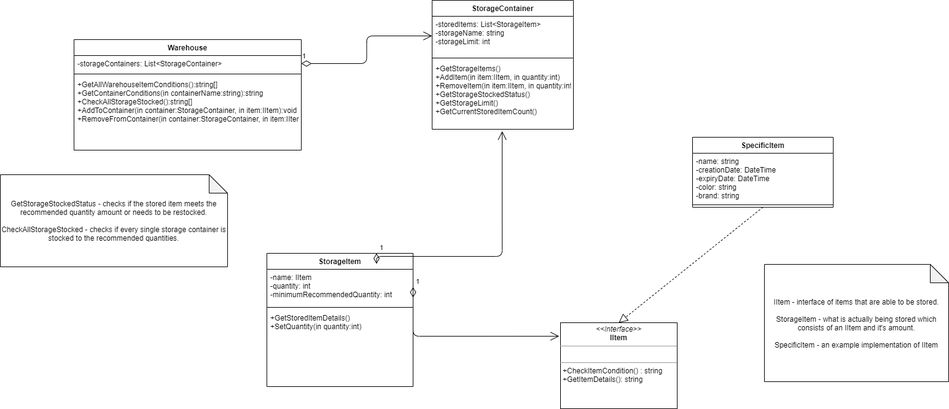
Before: warehouse.png, a diagram exported from draw.io (igor2080/warehouse). Source tidied: cells renumbered, new cells last; positions are measured from the earlier drawing's top-left corner, leaving out a move shared by most shapes.
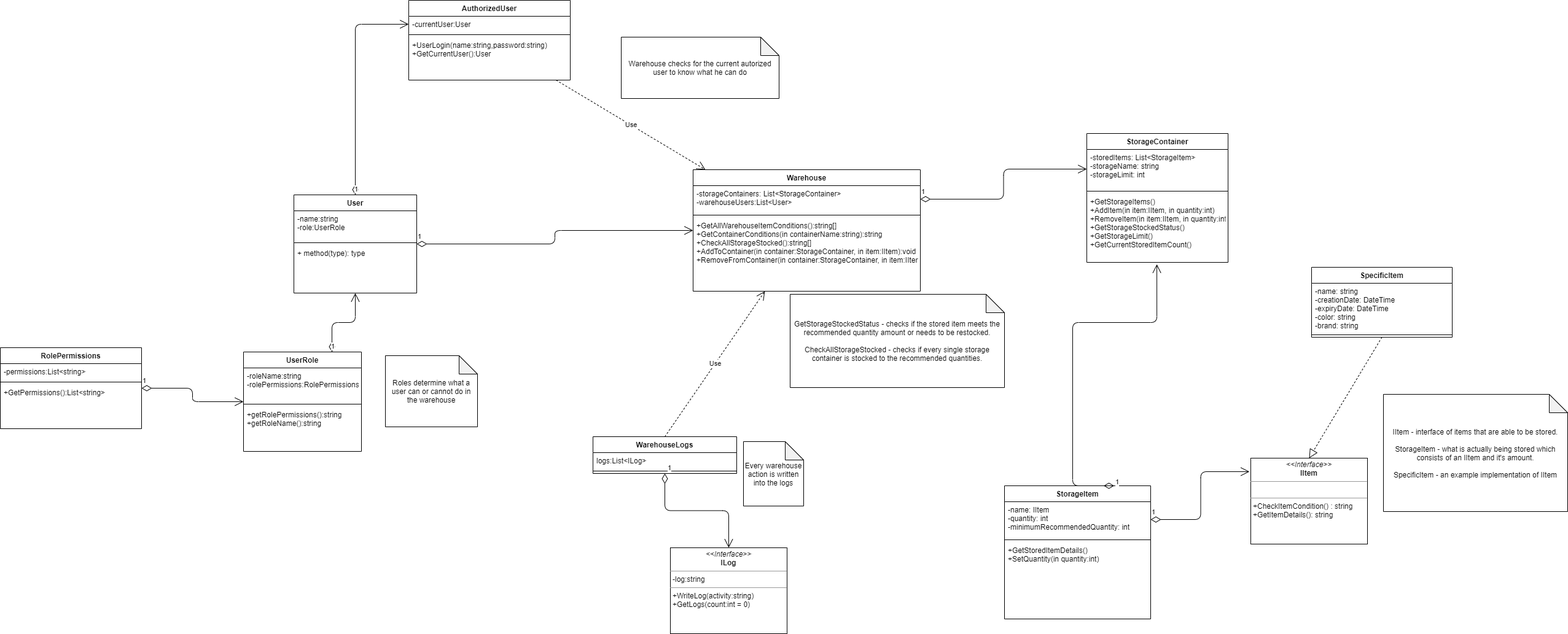
The same diagram one commit later.

Change to the diagram source:
```diff
@@ -3,22 +3,22 @@
     <mxCell id="0" />
     <mxCell id="1" parent="0" />
     <mxCell id="2" value="Warehouse" style="swimlane;fontStyle=1;align=center;verticalAlign=top;horizontal=1;startSize=26;fillColor=none;" parent="1" vertex="1">
-      <mxGeometry x="120" y="64" width="370" height="180" as="geometry" />
+      <mxGeometry x="120" y="64" width="370" height="198" as="geometry" />
     </mxCell>
-    <mxCell id="3" value="-storageContainers: List&lt;StorageContainer&gt;" style="text;strokeColor=none;fillColor=none;align=left;verticalAlign=top;spacingLeft=4;spacingRight=4;overflow=hidden;points=[[0,0.5],[1,0.5]];portConstraint=eastwest;" parent="2" vertex="1">
-      <mxGeometry y="26" width="370" height="26" as="geometry" />
+    <mxCell id="3" value="-storageContainers: List&lt;StorageContainer&gt;&#10;-warehouseUsers:List&lt;User&gt;" style="text;strokeColor=none;fillColor=none;align=left;verticalAlign=top;spacingLeft=4;spacingRight=4;overflow=hidden;points=[[0,0.5],[1,0.5]];portConstraint=eastwest;" parent="2" vertex="1">
+      <mxGeometry y="26" width="370" height="44" as="geometry" />
     </mxCell>
     <mxCell id="4" style="line;strokeWidth=1;fillColor=none;align=left;verticalAlign=middle;spacingTop=-1;spacingLeft=3;spacingRight=3;labelPosition=right;" parent="2" vertex="1">
-      <mxGeometry y="52" width="370" height="8" as="geometry" />
+      <mxGeometry y="70" width="370" height="8" as="geometry" />
     </mxCell>
     <mxCell id="5" value="+GetAllWarehouseItemConditions():string[]&#10;+GetContainerConditions(in containerName:string):string&#10;+CheckAllStorageStocked():string[]&#10;+AddToContainer(in container:StorageContainer, in item:IItem):void&#10;+RemoveFromContainer(in container:StorageContainer, in item:IItem, in quantity:int):void&#10;" style="text;strokeColor=none;fillColor=none;align=left;verticalAlign=top;spacingLeft=4;spacingRight=4;overflow=hidden;" parent="2" vertex="1">
-      <mxGeometry y="60" width="370" height="120" as="geometry" />
+      <mxGeometry y="78" width="370" height="120" as="geometry" />
     </mxCell>
     <mxCell id="6" value="&lt;div&gt;GetStorageStockedStatus - checks if the stored item meets the recommended quantity amount or needs to be restocked.&lt;/div&gt;&lt;div&gt;&lt;br&gt;&lt;/div&gt;&lt;div&gt;CheckAllStorageStocked - checks if every single storage container is stocked to the recommended quantities.&lt;/div&gt;" style="shape=note;whiteSpace=wrap;html=1;backgroundOutline=1;darkOpacity=0.05;fillColor=none;" parent="1" vertex="1">
-      <mxGeometry y="284" width="370" height="150" as="geometry" />
+      <mxGeometry x="278" y="267" width="349" height="152" as="geometry" />
     </mxCell>
     <mxCell id="7" value="StorageContainer&#10;" style="swimlane;fontStyle=1;align=center;verticalAlign=top;horizontal=1;startSize=26;fillColor=none;" parent="1" vertex="1">
-      <mxGeometry x="703" width="230" height="210" as="geometry" />
+      <mxGeometry x="761" y="5" width="230" height="210" as="geometry" />
     </mxCell>
     <mxCell id="8" value="-storedItems: List&lt;StorageItem&gt;&#10;-storageName: string&#10;-storageLimit: int&#10;" style="text;strokeColor=none;fillColor=none;align=left;verticalAlign=top;spacingLeft=4;spacingRight=4;overflow=hidden;points=[[0,0.5],[1,0.5]];portConstraint=eastwest;" parent="7" vertex="1">
       <mxGeometry y="26" width="230" height="64" as="geometry" />
@@ -33,7 +33,7 @@
       <mxGeometry x="-1" y="3" relative="1" as="geometry" />
     </mxCell>
     <mxCell id="12" value="StorageItem&#10;" style="swimlane;fontStyle=1;align=center;verticalAlign=top;horizontal=1;startSize=26;fillColor=none;" parent="1" vertex="1">
-      <mxGeometry x="434" y="412" width="238" height="217" as="geometry" />
+      <mxGeometry x="627" y="579" width="238" height="217" as="geometry" />
     </mxCell>
     <mxCell id="13" value="-name: IItem&#10;-quantity: int&#10;-minimumRecommendedQuantity: int&#10;" style="text;strokeColor=none;fillColor=none;align=left;verticalAlign=top;spacingLeft=4;spacingRight=4;overflow=hidden;points=[[0,0.5],[1,0.5]];portConstraint=eastwest;" parent="12" vertex="1">
       <mxGeometry y="26" width="238" height="58" as="geometry" />
@@ -47,19 +47,16 @@
     <mxCell id="16" value="1" style="endArrow=open;html=1;endSize=12;startArrow=diamondThin;startSize=14;startFill=0;edgeStyle=orthogonalEdgeStyle;align=left;verticalAlign=bottom;entryX=0.496;entryY=1.027;entryDx=0;entryDy=0;entryPerimeter=0;exitX=0.75;exitY=0;exitDx=0;exitDy=0;" parent="1" edge="1" source="12" target="10">
       <mxGeometry x="-1" y="3" relative="1" as="geometry">
         <Array as="points">
-          <mxPoint x="817" y="417" />
+          <mxPoint x="738" y="313" />
+          <mxPoint x="875" y="313" />
         </Array>
       </mxGeometry>
     </mxCell>
     <mxCell id="17" value="&lt;p style=&quot;margin: 0px ; margin-top: 4px ; text-align: center&quot;&gt;&lt;i&gt;&amp;lt;&amp;lt;Interface&amp;gt;&amp;gt;&lt;/i&gt;&lt;br&gt;&lt;b&gt;IItem&lt;/b&gt;&lt;/p&gt;&lt;hr size=&quot;1&quot;&gt;&lt;p style=&quot;margin: 0px ; margin-left: 4px&quot;&gt;&lt;br&gt;&lt;/p&gt;&lt;hr size=&quot;1&quot;&gt;&lt;p style=&quot;margin: 0px ; margin-left: 4px&quot;&gt;+CheckItemCondition() : string&lt;br&gt;+GetItemDetails(): string&lt;/p&gt;" style="verticalAlign=top;align=left;overflow=fill;fontSize=12;fontFamily=Helvetica;html=1;fillColor=none;" parent="1" vertex="1">
-      <mxGeometry x="912" y="525" width="190" height="140" as="geometry" />
+      <mxGeometry x="1028" y="534" width="190" height="140" as="geometry" />
     </mxCell>
     <mxCell id="18" value="1" style="endArrow=open;html=1;endSize=12;startArrow=diamondThin;startSize=14;startFill=0;edgeStyle=orthogonalEdgeStyle;align=left;verticalAlign=bottom;exitX=1;exitY=0.5;exitDx=0;exitDy=0;entryX=-0.011;entryY=0.157;entryDx=0;entryDy=0;entryPerimeter=0;" parent="1" edge="1" source="13" target="17">
-      <mxGeometry x="-1" y="3" relative="1" as="geometry">
-        <Array as="points">
-          <mxPoint x="672" y="547" />
-        </Array>
-      </mxGeometry>
+      <mxGeometry x="-1" y="3" relative="1" as="geometry" />
     </mxCell>
     <mxCell id="19" value="SpecificItem" style="swimlane;fontStyle=1;align=center;verticalAlign=top;horizontal=1;startSize=26;fillColor=none;" parent="1" vertex="1">
       <mxGeometry x="1127" y="223" width="229" height="114" as="geometry" />
@@ -76,5 +73,95 @@
     <mxCell id="23" value="&lt;div&gt;IItem - interface of items that are able to be stored.&lt;/div&gt;&lt;div&gt;&lt;br&gt;&lt;/div&gt;&lt;div&gt;StorageItem - what is actually being stored which consists of an IItem and it's amount.&lt;/div&gt;&lt;div&gt;&lt;br&gt;&lt;/div&gt;&lt;div&gt;SpecificItem - an example implementation of IItem&lt;/div&gt;" style="shape=note;whiteSpace=wrap;html=1;backgroundOutline=1;darkOpacity=0.05;fillColor=none;" parent="1" vertex="1">
       <mxGeometry x="1244" y="430" width="300" height="191" as="geometry" />
     </mxCell>
+    <mxCell id="24" value="User" style="swimlane;fontStyle=1;align=center;verticalAlign=top;horizontal=1;startSize=26;" parent="1" vertex="1">
+      <mxGeometry x="-530" y="105" width="200" height="160" as="geometry" />
+    </mxCell>
+    <mxCell id="25" value="-name:string&#10;-role:UserRole&#10;" style="text;strokeColor=none;fillColor=none;align=left;verticalAlign=top;spacingLeft=4;spacingRight=4;overflow=hidden;" parent="24" vertex="1">
+      <mxGeometry y="26" width="200" height="48" as="geometry" />
+    </mxCell>
+    <mxCell id="26" style="line;strokeWidth=1;fillColor=none;align=left;verticalAlign=middle;spacingTop=-1;spacingLeft=3;spacingRight=3;labelPosition=right;" parent="24" vertex="1">
+      <mxGeometry y="74" width="200" height="8" as="geometry" />
+    </mxCell>
+    <mxCell id="27" value="+ method(type): type" style="text;strokeColor=none;fillColor=none;align=left;verticalAlign=top;spacingLeft=4;spacingRight=4;overflow=hidden;" parent="24" vertex="1">
+      <mxGeometry y="82" width="200" height="78" as="geometry" />
+    </mxCell>
+    <mxCell id="28" value="UserRole" style="swimlane;fontStyle=1;align=center;verticalAlign=top;horizontal=1;startSize=26;" parent="1" vertex="1">
+      <mxGeometry x="-612" y="361" width="192" height="162" as="geometry" />
+    </mxCell>
+    <mxCell id="29" value="-roleName:string&#10;-rolePermissions:RolePermissions" style="text;strokeColor=none;fillColor=none;align=left;verticalAlign=top;spacingLeft=4;spacingRight=4;overflow=hidden;" parent="28" vertex="1">
+      <mxGeometry y="26" width="192" height="55" as="geometry" />
+    </mxCell>
+    <mxCell id="30" style="line;strokeWidth=1;fillColor=none;align=left;verticalAlign=middle;spacingTop=-1;spacingLeft=3;spacingRight=3;labelPosition=right;" parent="28" vertex="1">
+      <mxGeometry y="81" width="192" height="8" as="geometry" />
+    </mxCell>
+    <mxCell id="31" value="+getRolePermissions():string&#10;+getRoleName():string&#10;" style="text;strokeColor=none;fillColor=none;align=left;verticalAlign=top;spacingLeft=4;spacingRight=4;overflow=hidden;" parent="28" vertex="1">
+      <mxGeometry y="89" width="192" height="73" as="geometry" />
+    </mxCell>
+    <mxCell id="32" value="1" style="endArrow=open;html=1;endSize=12;startArrow=diamondThin;startSize=14;startFill=0;edgeStyle=orthogonalEdgeStyle;align=left;verticalAlign=bottom;exitX=0.75;exitY=0;exitDx=0;exitDy=0;" parent="1" edge="1" source="28" target="24">
+      <mxGeometry x="-1" y="3" relative="1" as="geometry" />
+    </mxCell>
+    <mxCell id="33" value="1" style="endArrow=open;html=1;endSize=12;startArrow=diamondThin;startSize=14;startFill=0;edgeStyle=orthogonalEdgeStyle;align=left;verticalAlign=bottom;entryX=0;entryY=0.5;entryDx=0;entryDy=0;" parent="1" edge="1" source="24" target="35">
+      <mxGeometry x="-1" y="3" relative="1" as="geometry" />
+    </mxCell>
+    <mxCell id="34" value="AuthorizedUser" style="swimlane;fontStyle=1;align=center;verticalAlign=top;horizontal=1;startSize=26;" parent="1" vertex="1">
+      <mxGeometry x="-343" y="-212" width="263" height="130" as="geometry" />
+    </mxCell>
+    <mxCell id="35" value="-currentUser:User&#10;" style="text;strokeColor=none;fillColor=none;align=left;verticalAlign=top;spacingLeft=4;spacingRight=4;overflow=hidden;points=[[0,0.5],[1,0.5]];portConstraint=eastwest;" parent="34" vertex="1">
+      <mxGeometry y="26" width="263" height="26" as="geometry" />
+    </mxCell>
+    <mxCell id="36" style="line;strokeWidth=1;fillColor=none;align=left;verticalAlign=middle;spacingTop=-1;spacingLeft=3;spacingRight=3;labelPosition=right;" parent="34" vertex="1">
+      <mxGeometry y="52" width="263" height="8" as="geometry" />
+    </mxCell>
+    <mxCell id="37" value="+UserLogin(name:string,password:string)&#10;+GetCurrentUser():User&#10;" style="text;strokeColor=none;fillColor=none;align=left;verticalAlign=top;spacingLeft=4;spacingRight=4;overflow=hidden;" parent="34" vertex="1">
+      <mxGeometry y="60" width="263" height="70" as="geometry" />
+    </mxCell>
+    <mxCell id="38" value="1" style="endArrow=open;html=1;endSize=12;startArrow=diamondThin;startSize=14;startFill=0;edgeStyle=orthogonalEdgeStyle;align=left;verticalAlign=bottom;" parent="1" edge="1" source="24" target="2">
+      <mxGeometry x="-1" y="3" relative="1" as="geometry" />
+    </mxCell>
+    <mxCell id="39" value="Warehouse checks for the current autorized user to know what he can do" style="shape=note;whiteSpace=wrap;html=1;backgroundOutline=1;darkOpacity=0.05;" parent="1" vertex="1">
+      <mxGeometry x="3" y="-152" width="257" height="100" as="geometry" />
+    </mxCell>
+    <mxCell id="40" value="Roles determine what a user can or cannot do in the warehouse" style="shape=note;whiteSpace=wrap;html=1;backgroundOutline=1;darkOpacity=0.05;" parent="1" vertex="1">
+      <mxGeometry x="-381" y="367" width="150" height="116" as="geometry" />
+    </mxCell>
+    <mxCell id="41" value="RolePermissions" style="swimlane;fontStyle=1;align=center;verticalAlign=top;horizontal=1;startSize=26;" parent="1" vertex="1">
+      <mxGeometry x="-1008" y="354" width="230" height="132" as="geometry" />
+    </mxCell>
+    <mxCell id="42" value="-permissions:List&lt;string&gt;" style="text;strokeColor=none;fillColor=none;align=left;verticalAlign=top;spacingLeft=4;spacingRight=4;overflow=hidden;" parent="41" vertex="1">
+      <mxGeometry y="26" width="230" height="26" as="geometry" />
+    </mxCell>
+    <mxCell id="43" style="line;strokeWidth=1;fillColor=none;align=left;verticalAlign=middle;spacingTop=-1;spacingLeft=3;spacingRight=3;labelPosition=right;" parent="41" vertex="1">
+      <mxGeometry y="52" width="230" height="8" as="geometry" />
+    </mxCell>
+    <mxCell id="44" value="+GetPermissions():List&lt;string&gt;" style="text;strokeColor=none;fillColor=none;align=left;verticalAlign=top;spacingLeft=4;spacingRight=4;overflow=hidden;" parent="41" vertex="1">
+      <mxGeometry y="60" width="230" height="72" as="geometry" />
+    </mxCell>
+    <mxCell id="45" value="1" style="endArrow=open;html=1;endSize=12;startArrow=diamondThin;startSize=14;startFill=0;edgeStyle=orthogonalEdgeStyle;align=left;verticalAlign=bottom;" parent="1" edge="1" source="41" target="28">
+      <mxGeometry x="-1" y="3" relative="1" as="geometry" />
+    </mxCell>
+    <mxCell id="46" value="WarehouseLogs" style="swimlane;fontStyle=1;align=center;verticalAlign=top;horizontal=1;startSize=26;" parent="1" vertex="1">
+      <mxGeometry x="-43" y="499" width="234" height="60" as="geometry" />
+    </mxCell>
+    <mxCell id="47" value="logs:List&lt;ILog&gt;" style="text;strokeColor=none;fillColor=none;align=left;verticalAlign=top;spacingLeft=4;spacingRight=4;overflow=hidden;" parent="46" vertex="1">
+      <mxGeometry y="26" width="234" height="26" as="geometry" />
+    </mxCell>
+    <mxCell id="48" style="line;strokeWidth=1;fillColor=none;align=left;verticalAlign=middle;spacingTop=-1;spacingLeft=3;spacingRight=3;labelPosition=right;" parent="46" vertex="1">
+      <mxGeometry y="52" width="234" height="8" as="geometry" />
+    </mxCell>
+    <mxCell id="49" value="Use" style="endArrow=open;endSize=12;dashed=1;html=1;exitX=0.5;exitY=0;exitDx=0;exitDy=0;" parent="1" edge="1" source="46" target="2">
+      <mxGeometry relative="1" as="geometry" />
+    </mxCell>
+    <mxCell id="50" value="Use" style="endArrow=open;endSize=12;dashed=1;html=1;" parent="1" edge="1" source="34" target="2">
+      <mxGeometry relative="1" as="geometry" />
+    </mxCell>
+    <mxCell id="51" value="Every warehouse action is written into the logs" style="shape=note;whiteSpace=wrap;html=1;backgroundOutline=1;darkOpacity=0.05;" parent="1" vertex="1">
+      <mxGeometry x="202" y="507" width="98" height="105" as="geometry" />
+    </mxCell>
+    <mxCell id="52" value="&lt;p style=&quot;margin: 0px ; margin-top: 4px ; text-align: center&quot;&gt;&lt;i&gt;&amp;lt;&amp;lt;Interface&amp;gt;&amp;gt;&lt;/i&gt;&lt;br&gt;&lt;b&gt;ILog&lt;/b&gt;&lt;/p&gt;&lt;hr size=&quot;1&quot;&gt;&lt;p style=&quot;margin: 0px ; margin-left: 4px&quot;&gt;-log:string&lt;/p&gt;&lt;hr size=&quot;1&quot;&gt;&lt;p style=&quot;margin: 0px ; margin-left: 4px&quot;&gt;+WriteLog(activity:string)&lt;br style=&quot;padding: 0px ; margin: 0px&quot;&gt;+GetLogs(count:int = 0)&lt;/p&gt;&lt;div style=&quot;padding: 0px ; margin: 0px&quot;&gt;&lt;br style=&quot;padding: 0px ; margin: 0px&quot;&gt;&lt;/div&gt;" style="verticalAlign=top;align=left;overflow=fill;fontSize=12;fontFamily=Helvetica;html=1;" parent="1" vertex="1">
+      <mxGeometry x="83" y="680" width="190" height="140" as="geometry" />
+    </mxCell>
+    <mxCell id="53" value="1" style="endArrow=open;html=1;endSize=12;startArrow=diamondThin;startSize=14;startFill=0;edgeStyle=orthogonalEdgeStyle;align=left;verticalAlign=bottom;" parent="1" edge="1" source="46" target="52">
+      <mxGeometry x="-1" y="3" relative="1" as="geometry" />
+    </mxCell>
   </root>
 </mxGraphModel>
```
